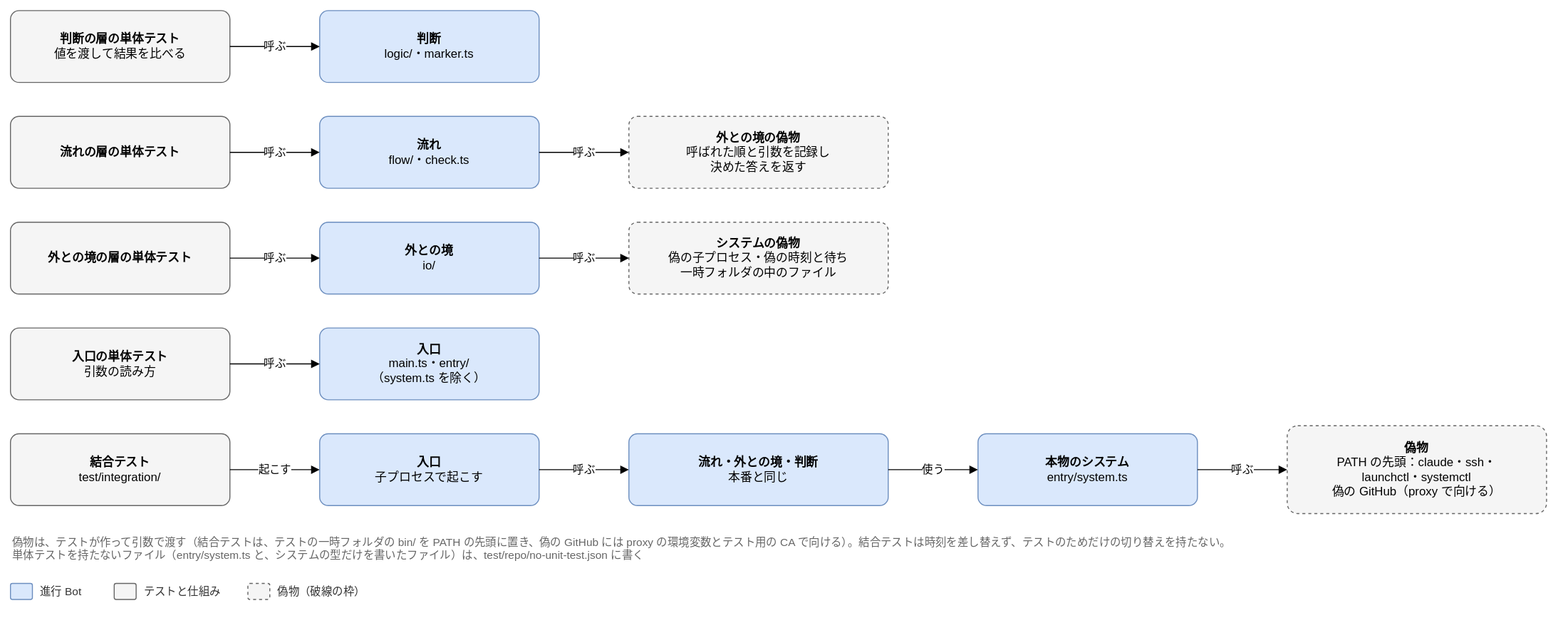
Before: docs/design/detailed/diagrams/00-tests.drawio.svg, a diagram exported from draw.io (Joymerrevent/dev-autopilot). Source tidied: cells renumbered, new cells last; positions are measured from the earlier drawing's top-left corner, leaving out a move shared by most shapes.
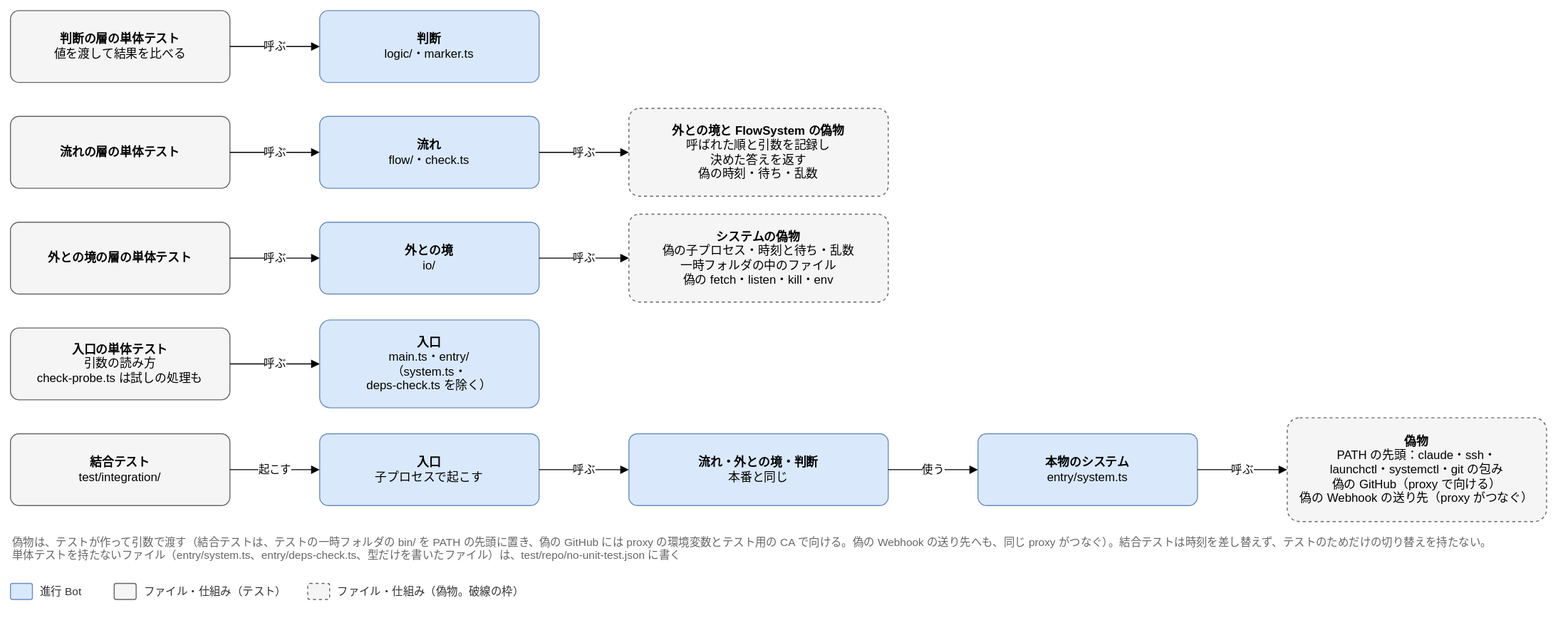
The same file after the commit.

The edit, as a diff of the source:
```diff
@@ -17,8 +17,8 @@
     <mxCell id="6" value="&lt;b&gt;流れ&lt;/b&gt;&lt;br&gt;flow/・check.ts" style="rounded=1;whiteSpace=wrap;html=1;fontSize=12;arcSize=12;spacing=12;fillColor=#dae8fc;strokeColor=#6c8ebf;" parent="1" vertex="1">
       <mxGeometry x="310" y="106" width="220" height="72" as="geometry" />
     </mxCell>
-    <mxCell id="7" value="&lt;b&gt;外との境の偽物&lt;/b&gt;&lt;br&gt;呼ばれた順と引数を記録し&lt;br&gt;決めた答えを返す" style="rounded=1;whiteSpace=wrap;html=1;fontSize=12;arcSize=12;spacing=12;fillColor=#f5f5f5;strokeColor=#666666;dashed=1;" parent="1" vertex="1">
-      <mxGeometry x="620" y="106" width="260" height="72" as="geometry" />
+    <mxCell id="7" value="&lt;b&gt;外との境と FlowSystem の偽物&lt;/b&gt;&lt;br&gt;呼ばれた順と引数を記録し&lt;br&gt;決めた答えを返す&lt;br&gt;偽の時刻・待ち・乱数" style="rounded=1;whiteSpace=wrap;html=1;fontSize=12;arcSize=12;spacing=12;fillColor=#f5f5f5;strokeColor=#666666;dashed=1;" parent="1" vertex="1">
+      <mxGeometry x="620" y="98" width="260" height="88" as="geometry" />
     </mxCell>
     <mxCell id="8" value="呼ぶ" style="edgeStyle=orthogonalEdgeStyle;rounded=1;html=1;endArrow=block;endFill=1;fontSize=11;labelBackgroundColor=#ffffff;exitX=1;exitY=0.5;exitDx=0;exitDy=0;entryX=0;entryY=0.5;entryDx=0;entryDy=0;" parent="1" edge="1" source="5" target="6">
       <mxGeometry relative="1" as="geometry" />
@@ -32,8 +32,8 @@
     <mxCell id="11" value="&lt;b&gt;外との境&lt;/b&gt;&lt;br&gt;io/" style="rounded=1;whiteSpace=wrap;html=1;fontSize=12;arcSize=12;spacing=12;fillColor=#dae8fc;strokeColor=#6c8ebf;" parent="1" vertex="1">
       <mxGeometry x="310" y="212" width="220" height="72" as="geometry" />
     </mxCell>
-    <mxCell id="12" value="&lt;b&gt;システムの偽物&lt;/b&gt;&lt;br&gt;偽の子プロセス・偽の時刻と待ち&lt;br&gt;一時フォルダの中のファイル" style="rounded=1;whiteSpace=wrap;html=1;fontSize=12;arcSize=12;spacing=12;fillColor=#f5f5f5;strokeColor=#666666;dashed=1;" parent="1" vertex="1">
-      <mxGeometry x="620" y="212" width="260" height="72" as="geometry" />
+    <mxCell id="12" value="&lt;b&gt;システムの偽物&lt;/b&gt;&lt;br&gt;偽の子プロセス・時刻と待ち・乱数&lt;br&gt;一時フォルダの中のファイル&lt;br&gt;偽の fetch・listen・kill・env" style="rounded=1;whiteSpace=wrap;html=1;fontSize=12;arcSize=12;spacing=12;fillColor=#f5f5f5;strokeColor=#666666;dashed=1;" parent="1" vertex="1">
+      <mxGeometry x="620" y="204" width="260" height="88" as="geometry" />
     </mxCell>
     <mxCell id="13" value="呼ぶ" style="edgeStyle=orthogonalEdgeStyle;rounded=1;html=1;endArrow=block;endFill=1;fontSize=11;labelBackgroundColor=#ffffff;exitX=1;exitY=0.5;exitDx=0;exitDy=0;entryX=0;entryY=0.5;entryDx=0;entryDy=0;" parent="1" edge="1" source="10" target="11">
       <mxGeometry relative="1" as="geometry" />
@@ -41,11 +41,11 @@
     <mxCell id="14" value="呼ぶ" style="edgeStyle=orthogonalEdgeStyle;rounded=1;html=1;endArrow=block;endFill=1;fontSize=11;labelBackgroundColor=#ffffff;exitX=1;exitY=0.5;exitDx=0;exitDy=0;entryX=0;entryY=0.5;entryDx=0;entryDy=0;" parent="1" edge="1" source="11" target="12">
       <mxGeometry relative="1" as="geometry" />
     </mxCell>
-    <mxCell id="15" value="&lt;b&gt;入口の単体テスト&lt;/b&gt;&lt;br&gt;引数の読み方" style="rounded=1;whiteSpace=wrap;html=1;fontSize=12;arcSize=12;spacing=12;fillColor=#f5f5f5;strokeColor=#666666;" parent="1" vertex="1">
+    <mxCell id="15" value="&lt;b&gt;入口の単体テスト&lt;/b&gt;&lt;br&gt;引数の読み方&lt;br&gt;check-probe.ts は試しの処理も" style="rounded=1;whiteSpace=wrap;html=1;fontSize=12;arcSize=12;spacing=12;fillColor=#f5f5f5;strokeColor=#666666;" parent="1" vertex="1">
       <mxGeometry y="318" width="220" height="72" as="geometry" />
     </mxCell>
-    <mxCell id="16" value="&lt;b&gt;入口&lt;/b&gt;&lt;br&gt;main.ts・entry/&lt;br&gt;（system.ts を除く）" style="rounded=1;whiteSpace=wrap;html=1;fontSize=12;arcSize=12;spacing=12;fillColor=#dae8fc;strokeColor=#6c8ebf;" parent="1" vertex="1">
-      <mxGeometry x="310" y="318" width="220" height="72" as="geometry" />
+    <mxCell id="16" value="&lt;b&gt;入口&lt;/b&gt;&lt;br&gt;main.ts・entry/&lt;br&gt;（system.ts・&lt;br&gt;deps-check.ts を除く）" style="rounded=1;whiteSpace=wrap;html=1;fontSize=12;arcSize=12;spacing=12;fillColor=#dae8fc;strokeColor=#6c8ebf;" parent="1" vertex="1">
+      <mxGeometry x="310" y="310" width="220" height="88" as="geometry" />
     </mxCell>
     <mxCell id="17" value="呼ぶ" style="edgeStyle=orthogonalEdgeStyle;rounded=1;html=1;endArrow=block;endFill=1;fontSize=11;labelBackgroundColor=#ffffff;exitX=1;exitY=0.5;exitDx=0;exitDy=0;entryX=0;entryY=0.5;entryDx=0;entryDy=0;" parent="1" edge="1" source="15" target="16">
       <mxGeometry relative="1" as="geometry" />
@@ -62,8 +62,8 @@
     <mxCell id="21" value="&lt;b&gt;本物のシステム&lt;/b&gt;&lt;br&gt;entry/system.ts" style="rounded=1;whiteSpace=wrap;html=1;fontSize=12;arcSize=12;spacing=12;fillColor=#dae8fc;strokeColor=#6c8ebf;" parent="1" vertex="1">
       <mxGeometry x="970" y="424" width="220" height="72" as="geometry" />
     </mxCell>
-    <mxCell id="22" value="&lt;b&gt;偽物&lt;/b&gt;&lt;br&gt;PATH の先頭：claude・ssh・&lt;br&gt;launchctl・systemctl&lt;br&gt;偽の GitHub（proxy で向ける）" style="rounded=1;whiteSpace=wrap;html=1;fontSize=12;arcSize=12;spacing=12;fillColor=#f5f5f5;strokeColor=#666666;dashed=1;" parent="1" vertex="1">
-      <mxGeometry x="1280" y="416" width="260" height="88" as="geometry" />
+    <mxCell id="22" value="&lt;b&gt;偽物&lt;/b&gt;&lt;br&gt;PATH の先頭：claude・ssh・&lt;br&gt;launchctl・systemctl・git の包み&lt;br&gt;偽の GitHub（proxy で向ける）&lt;br&gt;偽の Webhook の送り先（proxy がつなぐ）" style="rounded=1;whiteSpace=wrap;html=1;fontSize=12;arcSize=12;spacing=12;fillColor=#f5f5f5;strokeColor=#666666;dashed=1;" parent="1" vertex="1">
+      <mxGeometry x="1280" y="408" width="260" height="104" as="geometry" />
     </mxCell>
     <mxCell id="23" value="起こす" style="edgeStyle=orthogonalEdgeStyle;rounded=1;html=1;endArrow=block;endFill=1;fontSize=11;labelBackgroundColor=#ffffff;exitX=1;exitY=0.5;exitDx=0;exitDy=0;entryX=0;entryY=0.5;entryDx=0;entryDy=0;" parent="1" edge="1" source="18" target="19">
       <mxGeometry relative="1" as="geometry" />
@@ -77,7 +77,7 @@
     <mxCell id="26" value="呼ぶ" style="edgeStyle=orthogonalEdgeStyle;rounded=1;html=1;endArrow=block;endFill=1;fontSize=11;labelBackgroundColor=#ffffff;exitX=1;exitY=0.5;exitDx=0;exitDy=0;entryX=0;entryY=0.5;entryDx=0;entryDy=0;" parent="1" edge="1" source="21" target="22">
       <mxGeometry relative="1" as="geometry" />
     </mxCell>
-    <mxCell id="27" value="偽物は、テストが作って引数で渡す（結合テストは、テストの一時フォルダの bin/ を PATH の先頭に置き、偽の GitHub には proxy の環境変数とテスト用の CA で向ける）。結合テストは時刻を差し替えず、テストのためだけの切り替えを持たない。&lt;br&gt;単体テストを持たないファイル（entry/system.ts と、システムの型だけを書いたファイル）は、test/repo/no-unit-test.json に書く" style="text;html=1;whiteSpace=wrap;align=left;verticalAlign=top;fontSize=11;fontColor=#666666;" parent="1" vertex="1">
+    <mxCell id="27" value="偽物は、テストが作って引数で渡す（結合テストは、テストの一時フォルダの bin/ を PATH の先頭に置き、偽の GitHub には proxy の環境変数とテスト用の CA で向ける。偽の Webhook の送り先へも、同じ proxy がつなぐ）。結合テストは時刻を差し替えず、テストのためだけの切り替えを持たない。&lt;br&gt;単体テストを持たないファイル（entry/system.ts、entry/deps-check.ts、型だけを書いたファイル）は、test/repo/no-unit-test.json に書く" style="text;html=1;whiteSpace=wrap;align=left;verticalAlign=top;fontSize=11;fontColor=#666666;" parent="1" vertex="1">
       <mxGeometry y="520" width="1540" height="40" as="geometry" />
     </mxCell>
     <mxCell id="28" style="rounded=1;whiteSpace=wrap;html=1;fontSize=12;arcSize=12;spacing=12;fillColor=#dae8fc;strokeColor=#6c8ebf;" parent="1" vertex="1">
@@ -89,14 +89,14 @@
     <mxCell id="30" style="rounded=1;whiteSpace=wrap;html=1;fontSize=12;arcSize=12;spacing=12;fillColor=#f5f5f5;strokeColor=#666666;" parent="1" vertex="1">
       <mxGeometry x="104" y="574" width="22" height="16" as="geometry" />
     </mxCell>
-    <mxCell id="31" value="テストと仕組み" style="text;html=1;align=left;verticalAlign=middle;fontSize=11;fontColor=#333333;" parent="1" vertex="1">
-      <mxGeometry x="132" y="572" width="90" height="20" as="geometry" />
+    <mxCell id="31" value="ファイル・仕組み（テスト）" style="text;html=1;align=left;verticalAlign=middle;fontSize=11;fontColor=#333333;" parent="1" vertex="1">
+      <mxGeometry x="132" y="572" width="150" height="20" as="geometry" />
     </mxCell>
     <mxCell id="32" style="rounded=1;whiteSpace=wrap;html=1;fontSize=12;arcSize=12;spacing=12;fillColor=#f5f5f5;strokeColor=#666666;dashed=1;" parent="1" vertex="1">
-      <mxGeometry x="238" y="574" width="22" height="16" as="geometry" />
+      <mxGeometry x="298" y="574" width="22" height="16" as="geometry" />
     </mxCell>
-    <mxCell id="33" value="偽物（破線の枠）" style="text;html=1;align=left;verticalAlign=middle;fontSize=11;fontColor=#333333;" parent="1" vertex="1">
-      <mxGeometry x="266" y="572" width="100" height="20" as="geometry" />
+    <mxCell id="33" value="ファイル・仕組み（偽物。破線の枠）" style="text;html=1;align=left;verticalAlign=middle;fontSize=11;fontColor=#333333;" parent="1" vertex="1">
+      <mxGeometry x="326" y="572" width="200" height="20" as="geometry" />
     </mxCell>
   </root>
 </mxGraphModel>
```
